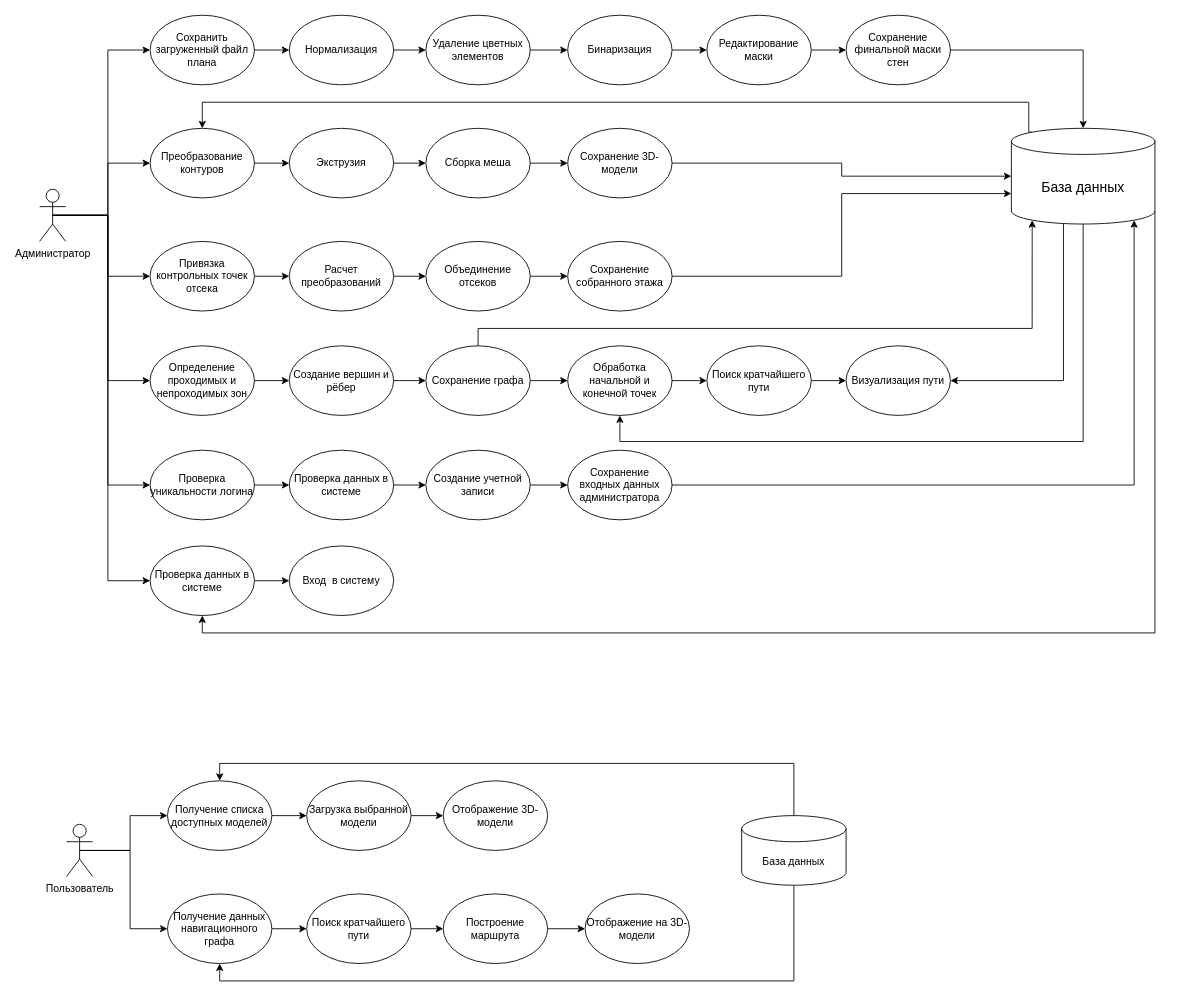
Before: DPD.drawio in kapec2303/Diplom_pictures, a draw.io diagram. Source tidied: cells renumbered, new cells numbered last; positions are measured from the earlier drawing's top-left corner, leaving out a move shared by most shapes. Both pictures are drawn from the tidied source at 87%, with x=0, y=0 at pixel (39, 15).
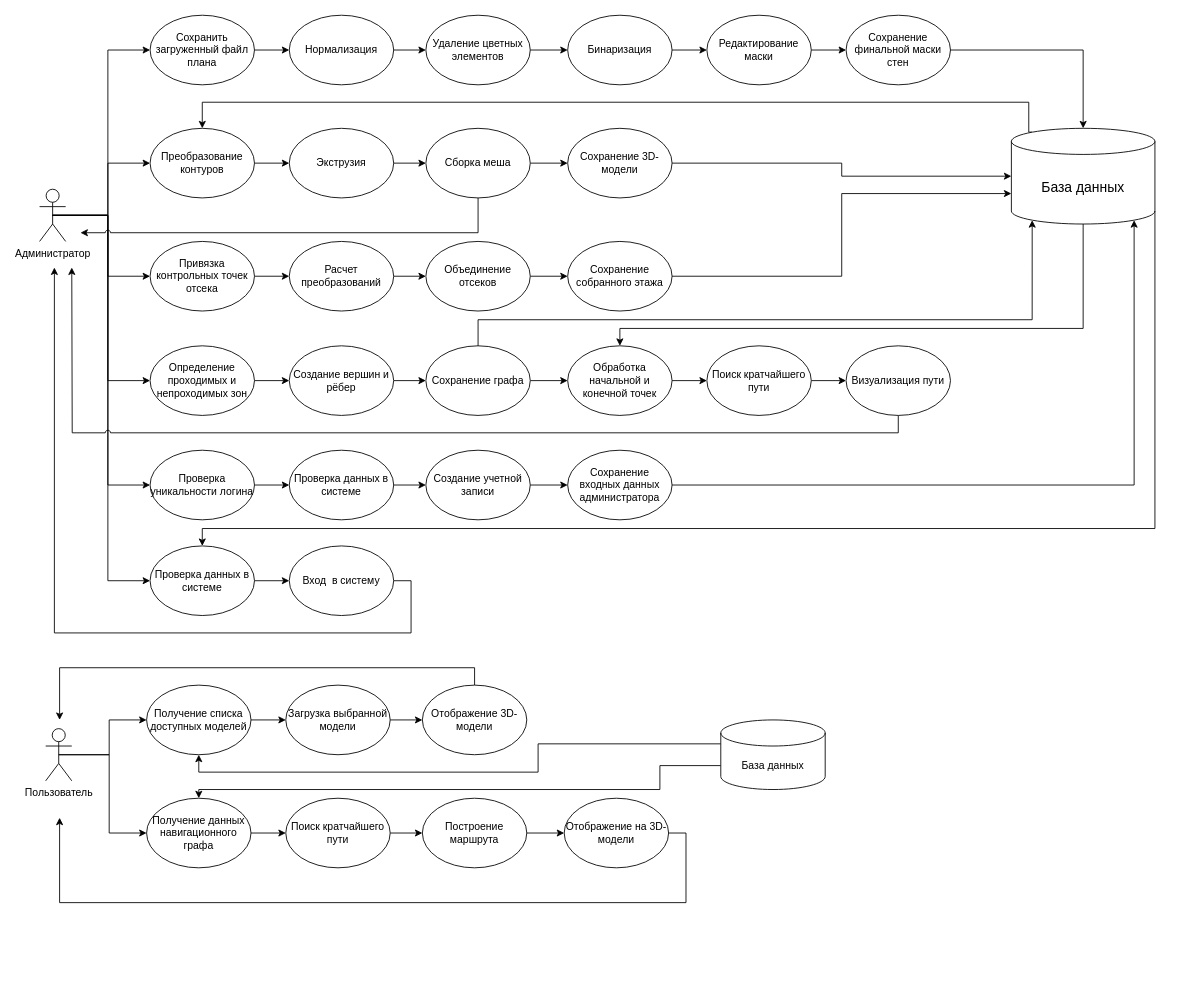
After the change.

The change refers to these unchanged cells:
```xml
<mxCell id="25" value="Сборка меша" style="ellipse;whiteSpace=wrap;html=1;" parent="1" vertex="1">
  <mxGeometry x="444" y="130" width="120" height="80" as="geometry" />
</mxCell>
<mxCell id="41" value="Сохранение графа" style="ellipse;whiteSpace=wrap;html=1;" parent="1" vertex="1">
  <mxGeometry x="444" y="380" width="120" height="80" as="geometry" />
</mxCell>
<mxCell id="43" value="Обработка начальной и конечной точек" style="ellipse;whiteSpace=wrap;html=1;" parent="1" vertex="1">
  <mxGeometry x="607" y="380" width="120" height="80" as="geometry" />
</mxCell>
<mxCell id="46" value="Визуализация пути" style="ellipse;whiteSpace=wrap;html=1;" parent="1" vertex="1">
  <mxGeometry x="927" y="380" width="120" height="80" as="geometry" />
</mxCell>
<mxCell id="49" value="&lt;font style=&quot;font-size: 16px;&quot;&gt;База данных&lt;/font&gt;" style="shape=cylinder3;whiteSpace=wrap;html=1;boundedLbl=1;backgroundOutline=1;size=15;" parent="1" vertex="1">
  <mxGeometry x="1117" y="130" width="165" height="110" as="geometry" />
</mxCell>
<mxCell id="64" value="Проверка данных в системе" style="ellipse;whiteSpace=wrap;html=1;" parent="1" vertex="1">
  <mxGeometry x="127" y="610" width="120" height="80" as="geometry" />
</mxCell>
<mxCell id="65" value="Вход&amp;nbsp; в систему" style="ellipse;whiteSpace=wrap;html=1;" parent="1" vertex="1">
  <mxGeometry x="287" y="610" width="120" height="80" as="geometry" />
</mxCell>
```

Change to the diagram source:
```diff
@@
+    <mxCell id="84" style="edgeStyle=orthogonalEdgeStyle;rounded=0;jettySize=auto;html=1;exitX=0.5;exitY=1;exitDx=0;exitDy=0;jumpStyle=arc;" parent="1" edge="1" source="25">
+      <mxGeometry relative="1" as="geometry">
+        <mxPoint x="47" y="250" as="targetPoint" />
+        <Array as="points">
+          <mxPoint x="504" y="250" />
+        </Array>
+      </mxGeometry>
+    </mxCell>
@@
+    <mxCell id="85" style="edgeStyle=orthogonalEdgeStyle;rounded=0;jettySize=auto;html=1;exitX=0.5;exitY=1;exitDx=0;exitDy=0;jumpStyle=arc;" parent="1" edge="1" source="46">
+      <mxGeometry relative="1" as="geometry">
+        <mxPoint x="37" y="290" as="targetPoint" />
+      </mxGeometry>
+    </mxCell>
@@
-    <mxCell id="48" style="edgeStyle=orthogonalEdgeStyle;rounded=0;jettySize=auto;html=1;exitX=0.363;exitY=0.995;exitDx=0;exitDy=0;exitPerimeter=0;entryX=1;entryY=0.5;entryDx=0;entryDy=0;" parent="1" edge="1" source="49" target="46">
-      <mxGeometry relative="1" as="geometry" />
-    </mxCell>
@@
-    <mxCell id="50" style="edgeStyle=orthogonalEdgeStyle;rounded=0;jettySize=auto;html=1;exitX=1;exitY=1;exitDx=0;exitDy=-15;exitPerimeter=0;entryX=0.5;entryY=1;entryDx=0;entryDy=0;" parent="1" edge="1" source="49" target="64">
+    <mxCell id="50" style="edgeStyle=orthogonalEdgeStyle;rounded=0;jettySize=auto;html=1;exitX=1;exitY=1;exitDx=0;exitDy=-15;exitPerimeter=0;entryX=0.5;entryY=0;entryDx=0;entryDy=0;" parent="1" edge="1" source="49" target="64">
       <mxGeometry relative="1" as="geometry">
         <Array as="points">
-          <mxPoint x="1282" y="710" />
-          <mxPoint x="187" y="710" />
+          <mxPoint x="1282" y="590" />
+          <mxPoint x="187" y="590" />
         </Array>
       </mxGeometry>
     </mxCell>
-    <mxCell id="51" style="edgeStyle=orthogonalEdgeStyle;rounded=0;jettySize=auto;html=1;exitX=0.5;exitY=1;exitDx=0;exitDy=0;exitPerimeter=0;entryX=0.5;entryY=1;entryDx=0;entryDy=0;" parent="1" edge="1" source="49" target="43">
+    <mxCell id="51" style="edgeStyle=orthogonalEdgeStyle;rounded=0;jettySize=auto;html=1;exitX=0.5;exitY=1;exitDx=0;exitDy=0;exitPerimeter=0;entryX=0.5;entryY=0;entryDx=0;entryDy=0;" parent="1" edge="1" source="49" target="43">
       <mxGeometry relative="1" as="geometry">
         <Array as="points">
-          <mxPoint x="1200" y="490" />
-          <mxPoint x="667" y="490" />
+          <mxPoint x="1200" y="360" />
+          <mxPoint x="667" y="360" />
         </Array>
       </mxGeometry>
     </mxCell>
@@
     <mxCell id="54" style="edgeStyle=orthogonalEdgeStyle;rounded=0;jettySize=auto;html=1;exitX=0.5;exitY=0;exitDx=0;exitDy=0;entryX=0.145;entryY=1;entryDx=0;entryDy=-4.35;entryPerimeter=0;" parent="1" edge="1" source="41" target="49">
       <mxGeometry relative="1" as="geometry">
         <Array as="points">
-          <mxPoint x="504" y="360" />
-          <mxPoint x="1141" y="360" />
+          <mxPoint x="504" y="350" />
+          <mxPoint x="1141" y="350" />
         </Array>
       </mxGeometry>
     </mxCell>
@@
+    <mxCell id="86" style="edgeStyle=orthogonalEdgeStyle;rounded=0;jettySize=auto;html=1;exitX=1;exitY=0.5;exitDx=0;exitDy=0;" parent="1" edge="1" source="65">
+      <mxGeometry relative="1" as="geometry">
+        <mxPoint x="17" y="290" as="targetPoint" />
+        <Array as="points">
+          <mxPoint x="427" y="650" />
+          <mxPoint x="427" y="710" />
+          <mxPoint x="17" y="710" />
+        </Array>
+      </mxGeometry>
+    </mxCell>
@@
     <mxCell id="68" value="Пользователь" style="shape=umlActor;verticalLabelPosition=bottom;verticalAlign=top;html=1;outlineConnect=0;" parent="1" vertex="1">
-      <mxGeometry x="31" y="930" width="30" height="60" as="geometry" />
+      <mxGeometry x="7" y="820" width="30" height="60" as="geometry" />
     </mxCell>
@@
     <mxCell id="70" value="Получение списка доступных моделей" style="ellipse;whiteSpace=wrap;html=1;" parent="1" vertex="1">
-      <mxGeometry x="147" y="880" width="120" height="80" as="geometry" />
+      <mxGeometry x="123" y="770" width="120" height="80" as="geometry" />
     </mxCell>
@@
     <mxCell id="72" value="Загрузка выбранной модели" style="ellipse;whiteSpace=wrap;html=1;" parent="1" vertex="1">
-      <mxGeometry x="307" y="880" width="120" height="80" as="geometry" />
+      <mxGeometry x="283" y="770" width="120" height="80" as="geometry" />
     </mxCell>
+    <mxCell id="87" style="edgeStyle=orthogonalEdgeStyle;rounded=0;jettySize=auto;html=1;exitX=0.5;exitY=0;exitDx=0;exitDy=0;" parent="1" edge="1" source="73">
+      <mxGeometry relative="1" as="geometry">
+        <mxPoint x="23" y="810" as="targetPoint" />
+        <Array as="points">
+          <mxPoint x="500" y="750" />
+          <mxPoint x="23" y="750" />
+        </Array>
+      </mxGeometry>
+    </mxCell>
     <mxCell id="73" value="Отображение 3D-модели" style="ellipse;whiteSpace=wrap;html=1;" parent="1" vertex="1">
-      <mxGeometry x="464" y="880" width="120" height="80" as="geometry" />
+      <mxGeometry x="440" y="770" width="120" height="80" as="geometry" />
     </mxCell>
@@
     <mxCell id="75" value="Получение данных навигационного графа" style="ellipse;whiteSpace=wrap;html=1;" parent="1" vertex="1">
-      <mxGeometry x="147" y="1010" width="120" height="80" as="geometry" />
+      <mxGeometry x="123" y="900" width="120" height="80" as="geometry" />
     </mxCell>
@@
     <mxCell id="77" value="Поиск кратчайшего пути" style="ellipse;whiteSpace=wrap;html=1;" parent="1" vertex="1">
-      <mxGeometry x="307" y="1010" width="120" height="80" as="geometry" />
+      <mxGeometry x="283" y="900" width="120" height="80" as="geometry" />
     </mxCell>
@@
     <mxCell id="79" value="Построение маршрута" style="ellipse;whiteSpace=wrap;html=1;" parent="1" vertex="1">
-      <mxGeometry x="464" y="1010" width="120" height="80" as="geometry" />
+      <mxGeometry x="440" y="900" width="120" height="80" as="geometry" />
     </mxCell>
+    <mxCell id="88" style="edgeStyle=orthogonalEdgeStyle;rounded=0;jettySize=auto;html=1;exitX=1;exitY=0.5;exitDx=0;exitDy=0;" parent="1" edge="1" source="80">
+      <mxGeometry relative="1" as="geometry">
+        <mxPoint x="23" y="922.4" as="targetPoint" />
+        <Array as="points">
+          <mxPoint x="743" y="940" />
+          <mxPoint x="743" y="1020" />
+          <mxPoint x="23" y="1020" />
+        </Array>
+      </mxGeometry>
+    </mxCell>
     <mxCell id="80" value="Отображение на 3D-модели" style="ellipse;whiteSpace=wrap;html=1;" parent="1" vertex="1">
-      <mxGeometry x="627" y="1010" width="120" height="80" as="geometry" />
+      <mxGeometry x="603" y="900" width="120" height="80" as="geometry" />
     </mxCell>
-    <mxCell id="81" style="edgeStyle=orthogonalEdgeStyle;rounded=0;jettySize=auto;html=1;exitX=0.5;exitY=0;exitDx=0;exitDy=0;exitPerimeter=0;entryX=0.5;entryY=0;entryDx=0;entryDy=0;" parent="1" edge="1" source="83" target="70">
-      <mxGeometry relative="1" as="geometry" />
+    <mxCell id="81" style="edgeStyle=orthogonalEdgeStyle;rounded=0;jettySize=auto;html=1;exitX=0;exitY=0;exitDx=0;exitDy=27.5;exitPerimeter=0;entryX=0.5;entryY=1;entryDx=0;entryDy=0;" parent="1" edge="1" source="83" target="70">
+      <mxGeometry relative="1" as="geometry">
+        <Array as="points">
+          <mxPoint x="573" y="838" />
+          <mxPoint x="573" y="870" />
+          <mxPoint x="183" y="870" />
+        </Array>
+      </mxGeometry>
     </mxCell>
-    <mxCell id="82" style="edgeStyle=orthogonalEdgeStyle;rounded=0;jettySize=auto;html=1;exitX=0.5;exitY=1;exitDx=0;exitDy=0;exitPerimeter=0;entryX=0.5;entryY=1;entryDx=0;entryDy=0;" parent="1" edge="1" source="83" target="75">
-      <mxGeometry relative="1" as="geometry" />
+    <mxCell id="82" style="edgeStyle=orthogonalEdgeStyle;rounded=0;jettySize=auto;html=1;exitX=0;exitY=0;exitDx=0;exitDy=52.5;exitPerimeter=0;entryX=0.5;entryY=0;entryDx=0;entryDy=0;" parent="1" edge="1" source="83" target="75">
+      <mxGeometry relative="1" as="geometry">
+        <Array as="points">
+          <mxPoint x="713" y="863" />
+          <mxPoint x="713" y="890" />
+          <mxPoint x="183" y="890" />
+        </Array>
+      </mxGeometry>
     </mxCell>
     <mxCell id="83" value="База данных" style="shape=cylinder3;whiteSpace=wrap;html=1;boundedLbl=1;backgroundOutline=1;size=15;" parent="1" vertex="1">
-      <mxGeometry x="807" y="920" width="120" height="80" as="geometry" />
+      <mxGeometry x="783" y="810" width="120" height="80" as="geometry" />
     </mxCell>
```
